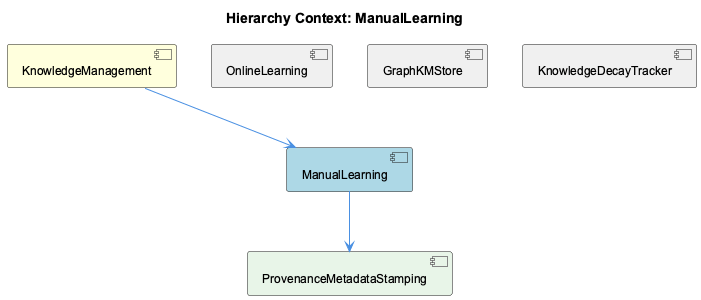
Above: knowledge-management/insights/images/manual-learning-relationship.png in fwornle/coding (PlantUML), before the change.
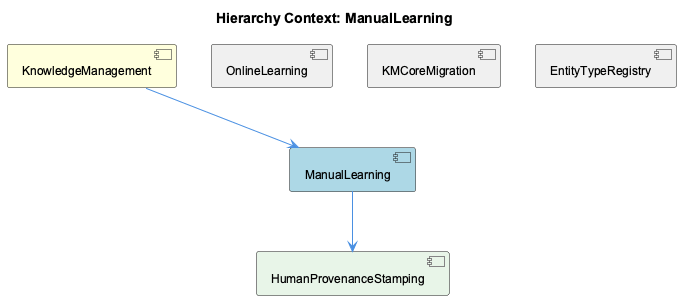
After the change.

Diff of the diagram source:
```diff
@@ -6,14 +6,14 @@
 [KnowledgeManagement] as knowledge_management #FFFFDD
 [ManualLearning] as manual_learning #LightBlue
 [OnlineLearning] as online_learning #F0F0F0
-[GraphKMStore] as graph_kmstore #F0F0F0
-[KnowledgeDecayTracker] as knowledge_decay_tracker #F0F0F0
-[ProvenanceMetadataStamping] as provenance_metadata_stamping #E8F5E8
+[KMCoreMigration] as kmcore_migration #F0F0F0
+[EntityTypeRegistry] as entity_type_registry #F0F0F0
+[HumanProvenanceStamping] as human_provenance_stamping #E8F5E8
 
 knowledge_management --> manual_learning
 online_learning -[hidden]- manual_learning
-graph_kmstore -[hidden]- manual_learning
-knowledge_decay_tracker -[hidden]- manual_learning
-manual_learning --> provenance_metadata_stamping
+kmcore_migration -[hidden]- manual_learning
+entity_type_registry -[hidden]- manual_learning
+manual_learning --> human_provenance_stamping
 
 @enduml
```
